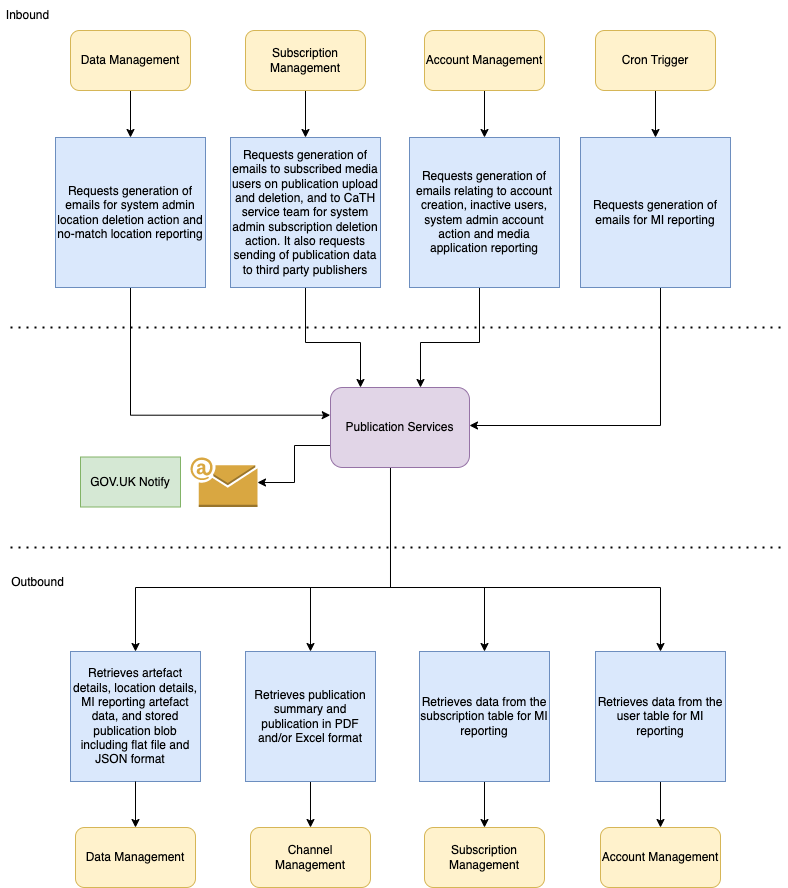
Above: publication-services-arch.png in hmcts/pip-publication-services (draw.io), before the change. Source tidied: cells renumbered, new cells last; positions are measured from the earlier drawing's top-left corner, leaving out a move shared by most shapes.
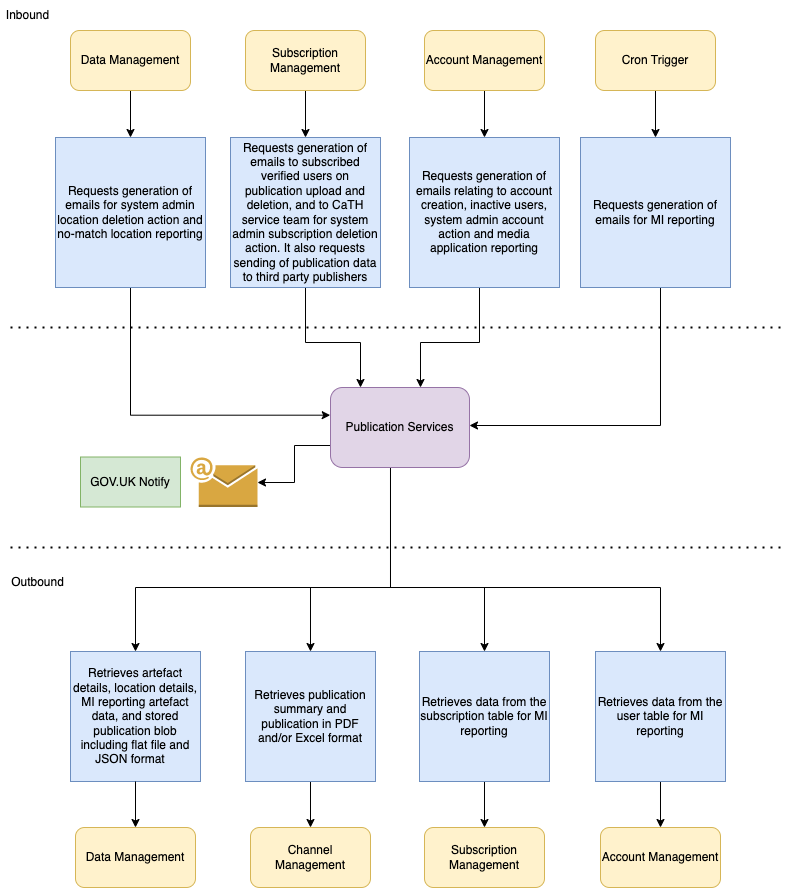
Later version of the same file.

Commit message:
Code review comment fixes

What changed in the source:
```diff
@@ -81,7 +81,7 @@
         </Array>
       </mxGeometry>
     </mxCell>
-    <mxCell id="18" value="Requests generation of emails to subscribed media users on publication upload and deletion, and to CaTH service team for system admin subscription deletion action. It also requests sending of publication data to third party publishers" style="whiteSpace=wrap;html=1;fillColor=#dae8fc;strokeColor=#6c8ebf;" parent="1" vertex="1">
+    <mxCell id="18" value="Requests generation of emails to subscribed verified users on publication upload and deletion, and to CaTH service team for system admin subscription deletion action. It also requests sending of publication data to third party publishers" style="whiteSpace=wrap;html=1;fillColor=#dae8fc;strokeColor=#6c8ebf;" parent="1" vertex="1">
       <mxGeometry x="230" y="137" width="150" height="150" as="geometry" />
     </mxCell>
     <mxCell id="19" style="edgeStyle=orthogonalEdgeStyle;rounded=0;jettySize=auto;html=1;" parent="1" edge="1" source="20" target="22">
```
